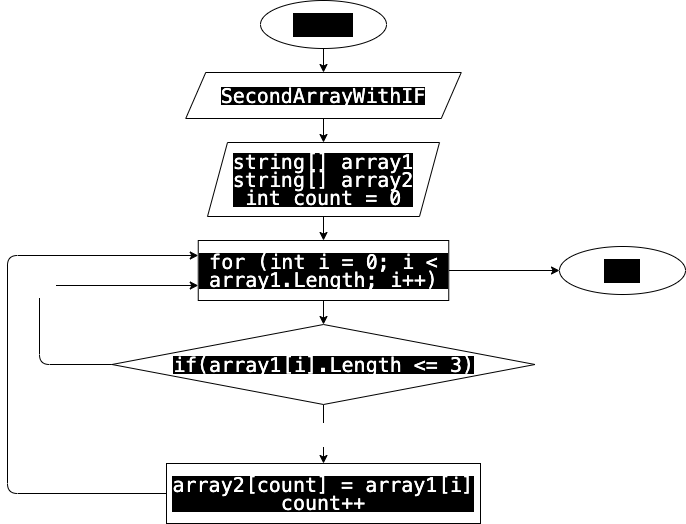
This is FinalWork/diagram.drawio.png from Babamuratov/FinalWork, a draw.io export, as it was before one commit. Source tidied: cells renumbered, new cells last; positions are measured from the earlier drawing's top-left corner, leaving out a move shared by most shapes.
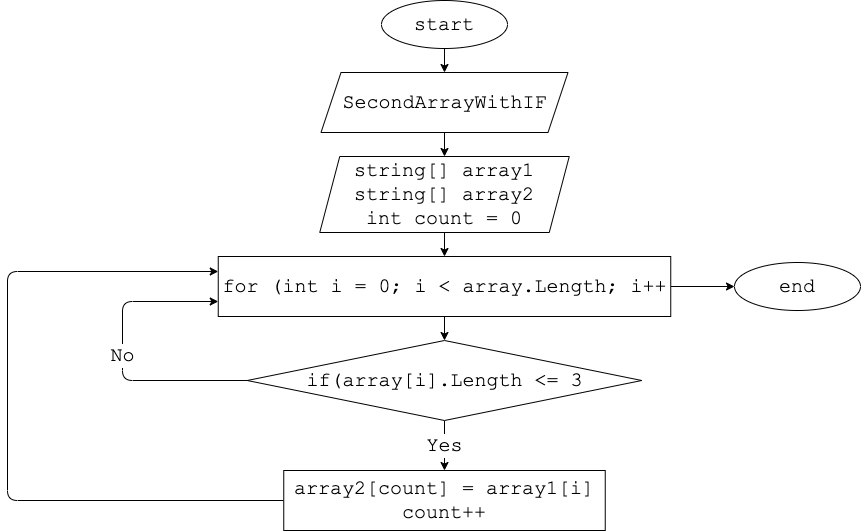
After the change.

Commit message:
Итоговая задача

The edit, as a diff of the source:
```diff
@@ -2,60 +2,60 @@
   <root>
     <mxCell id="0" />
     <mxCell id="1" parent="0" />
-    <mxCell id="2" style="edgeStyle=none;html=1;fontFamily=Courier New;fontSize=20;fontColor=#FFFFFF;" parent="1" edge="1" source="3" target="5">
+    <mxCell id="2" style="edgeStyle=none;html=1;exitX=0.5;exitY=1;exitDx=0;exitDy=0;fontFamily=Courier New;fontSize=20;" parent="1" edge="1" source="3" target="5">
       <mxGeometry relative="1" as="geometry" />
     </mxCell>
-    <mxCell id="3" value="start" style="ellipse;whiteSpace=wrap;html=1;fontFamily=Courier New;fontSize=20;labelBackgroundColor=#000000;" parent="1" vertex="1">
+    <mxCell id="3" value="start" style="ellipse;whiteSpace=wrap;html=1;fontFamily=Courier New;fontSize=20;labelBackgroundColor=none;" parent="1" vertex="1">
       <mxGeometry x="253" width="126" height="48" as="geometry" />
     </mxCell>
-    <mxCell id="4" style="edgeStyle=none;html=1;fontFamily=Courier New;fontSize=20;fontColor=#FFFFFF;" parent="1" edge="1" source="5" target="7">
+    <mxCell id="4" style="edgeStyle=none;html=1;exitX=0.5;exitY=1;exitDx=0;exitDy=0;entryX=0.5;entryY=0;entryDx=0;entryDy=0;fontFamily=Courier New;fontSize=20;" parent="1" edge="1" source="5" target="7">
       <mxGeometry relative="1" as="geometry" />
     </mxCell>
-    <mxCell id="5" value="&lt;div style=&quot;font-family: &amp;quot;menlo&amp;quot; , &amp;quot;monaco&amp;quot; , &amp;quot;courier new&amp;quot; , monospace ; line-height: 18px&quot;&gt;&lt;div style=&quot;font-family: &amp;quot;menlo&amp;quot; , &amp;quot;monaco&amp;quot; , &amp;quot;courier new&amp;quot; , monospace ; line-height: 18px&quot;&gt;&lt;font color=&quot;#ffffff&quot; style=&quot;font-size: 20px&quot;&gt;SecondArrayWithIF&lt;/font&gt;&lt;/div&gt;&lt;/div&gt;" style="shape=parallelogram;perimeter=parallelogramPerimeter;whiteSpace=wrap;html=1;fixedSize=1;fontFamily=Courier New;fontSize=20;labelBackgroundColor=#000000;" parent="1" vertex="1">
-      <mxGeometry x="178.2" y="72" width="275.5" height="46" as="geometry" />
+    <mxCell id="5" value="SecondArrayWithIF" style="shape=parallelogram;perimeter=parallelogramPerimeter;whiteSpace=wrap;html=1;fixedSize=1;labelBackgroundColor=none;fontFamily=Courier New;fontSize=20;" parent="1" vertex="1">
+      <mxGeometry x="192.5" y="72" width="247" height="60" as="geometry" />
     </mxCell>
-    <mxCell id="6" style="edgeStyle=none;html=1;fontFamily=Courier New;fontSize=20;fontColor=#FFFFFF;" parent="1" edge="1" source="7" target="10">
-      <mxGeometry relative="1" as="geometry" />
-    </mxCell>
+    <mxCell id="17" style="edgeStyle=none;html=1;exitX=0.5;exitY=1;exitDx=0;exitDy=0;fontFamily=Courier New;fontSize=20;" parent="1" edge="1" source="7" target="20">
+      <mxGeometry relative="1" as="geometry" />
+    </mxCell>
-    <mxCell id="7" value="&lt;div style=&quot;font-family: &amp;quot;menlo&amp;quot; , &amp;quot;monaco&amp;quot; , &amp;quot;courier new&amp;quot; , monospace ; line-height: 18px&quot;&gt;&lt;font style=&quot;font-size: 20px&quot;&gt;string[] array1&lt;/font&gt;&lt;/div&gt;&lt;div style=&quot;font-family: &amp;quot;menlo&amp;quot; , &amp;quot;monaco&amp;quot; , &amp;quot;courier new&amp;quot; , monospace ; line-height: 18px&quot;&gt;&lt;div style=&quot;line-height: 18px&quot;&gt;&lt;font style=&quot;font-size: 20px&quot;&gt;string[] array2&lt;/font&gt;&lt;/div&gt;&lt;div style=&quot;line-height: 18px&quot;&gt;&lt;div style=&quot;line-height: 18px&quot;&gt;&lt;font style=&quot;font-size: 20px&quot;&gt;int count = 0&lt;/font&gt;&lt;/div&gt;&lt;/div&gt;&lt;/div&gt;" style="shape=parallelogram;perimeter=parallelogramPerimeter;whiteSpace=wrap;html=1;fixedSize=1;labelBackgroundColor=#000000;fontFamily=Courier New;fontSize=20;fontColor=#FFFFFF;" parent="1" vertex="1">
-      <mxGeometry x="200" y="142" width="232" height="74" as="geometry" />
+    <mxCell id="7" value="string[] array1&lt;br&gt;string[] array2&lt;br&gt;int count = 0" style="shape=parallelogram;perimeter=parallelogramPerimeter;whiteSpace=wrap;html=1;fixedSize=1;labelBackgroundColor=none;fontFamily=Courier New;fontSize=20;" parent="1" vertex="1">
+      <mxGeometry x="191.2" y="156" width="249.5" height="76" as="geometry" />
     </mxCell>
-    <mxCell id="8" style="edgeStyle=none;html=1;fontFamily=Courier New;fontSize=20;fontColor=#FFFFFF;" parent="1" edge="1" source="10" target="13">
-      <mxGeometry relative="1" as="geometry" />
-    </mxCell>
-    <mxCell id="9" style="edgeStyle=none;html=1;entryX=0;entryY=0.5;entryDx=0;entryDy=0;fontFamily=Courier New;fontSize=20;fontColor=#FFFFFF;" parent="1" edge="1" source="10" target="16">
-      <mxGeometry relative="1" as="geometry" />
-    </mxCell>
-    <mxCell id="10" value="&lt;div style=&quot;font-family: &amp;quot;menlo&amp;quot; , &amp;quot;monaco&amp;quot; , &amp;quot;courier new&amp;quot; , monospace ; line-height: 18px&quot;&gt;for (int i = 0; i &amp;lt; array1.Length; i++)&lt;/div&gt;" style="rounded=0;whiteSpace=wrap;html=1;labelBackgroundColor=#000000;fontFamily=Courier New;fontSize=20;fontColor=#FFFFFF;labelBorderColor=none;" parent="1" vertex="1">
-      <mxGeometry x="190.8" y="240" width="250.5" height="60" as="geometry" />
-    </mxCell>
+    <mxCell id="18" style="edgeStyle=none;html=1;exitX=0.5;exitY=1;exitDx=0;exitDy=0;entryX=0.5;entryY=0;entryDx=0;entryDy=0;fontFamily=Courier New;fontSize=20;" parent="1" edge="1" source="20" target="21">
+      <mxGeometry relative="1" as="geometry" />
+    </mxCell>
+    <mxCell id="19" style="edgeStyle=none;html=1;exitX=1;exitY=0.5;exitDx=0;exitDy=0;fontFamily=Courier New;fontSize=20;" parent="1" edge="1" source="20" target="16">
+      <mxGeometry relative="1" as="geometry" />
+    </mxCell>
+    <mxCell id="20" value="for (int i = 0; i &amp;lt; array.Length; i++" style="rounded=0;whiteSpace=wrap;html=1;labelBackgroundColor=none;fontFamily=Courier New;fontSize=20;" parent="1" vertex="1">
+      <mxGeometry x="89.8" y="256" width="452.5" height="60" as="geometry" />
+    </mxCell>
-    <mxCell id="11" value="Yes" style="edgeStyle=none;html=1;fontFamily=Courier New;fontSize=20;fontColor=#FFFFFF;" parent="1" edge="1" source="13" target="15">
+    <mxCell id="11" value="Yes" style="edgeStyle=none;html=1;fontFamily=Courier New;fontSize=20;" parent="1" edge="1" source="21" target="15">
       <mxGeometry relative="1" as="geometry" />
     </mxCell>
-    <mxCell id="12" value="No" style="edgeStyle=none;html=1;entryX=0;entryY=0.75;entryDx=0;entryDy=0;fontFamily=Courier New;fontSize=20;fontColor=#FFFFFF;" parent="1" edge="1" source="13" target="10">
+    <mxCell id="12" value="No" style="edgeStyle=none;html=1;entryX=0;entryY=0.75;entryDx=0;entryDy=0;fontFamily=Courier New;fontSize=20;" parent="1" edge="1" source="21" target="20">
       <mxGeometry relative="1" as="geometry">
         <Array as="points">
-          <mxPoint x="32" y="364" />
-          <mxPoint x="32" y="285" />
+          <mxPoint x="-6" y="380" />
+          <mxPoint x="-6" y="301" />
         </Array>
       </mxGeometry>
     </mxCell>
-    <mxCell id="13" value="&lt;div style=&quot;font-family: &amp;quot;menlo&amp;quot; , &amp;quot;monaco&amp;quot; , &amp;quot;courier new&amp;quot; , monospace ; line-height: 18px&quot;&gt;if(array1[i].Length &amp;lt;= 3)&lt;/div&gt;" style="rhombus;whiteSpace=wrap;html=1;labelBackgroundColor=#000000;fontFamily=Courier New;fontSize=20;fontColor=#FFFFFF;" parent="1" vertex="1">
-      <mxGeometry x="104.5" y="324" width="423" height="80" as="geometry" />
-    </mxCell>
-    <mxCell id="14" style="edgeStyle=none;html=1;entryX=0;entryY=0.25;entryDx=0;entryDy=0;fontFamily=Courier New;fontSize=20;fontColor=#FFFFFF;" parent="1" edge="1" source="15" target="10">
-      <mxGeometry relative="1" as="geometry">
-        <Array as="points">
-          <mxPoint y="493" />
-          <mxPoint y="255" />
-        </Array>
-      </mxGeometry>
-    </mxCell>
+    <mxCell id="21" value="if(array[i].Length &amp;lt;= 3" style="rhombus;whiteSpace=wrap;html=1;labelBackgroundColor=none;fontFamily=Courier New;fontSize=20;" parent="1" vertex="1">
+      <mxGeometry x="118.8" y="340" width="394.5" height="80" as="geometry" />
+    </mxCell>
+    <mxCell id="22" style="edgeStyle=none;html=1;entryX=0;entryY=0.25;entryDx=0;entryDy=0;fontFamily=Courier New;fontSize=20;" parent="1" edge="1" source="15" target="20">
+      <mxGeometry relative="1" as="geometry">
+        <Array as="points">
+          <mxPoint x="-121" y="500" />
+          <mxPoint x="-121" y="271" />
+        </Array>
+      </mxGeometry>
+    </mxCell>
-    <mxCell id="15" value="&lt;div style=&quot;font-family: &amp;quot;menlo&amp;quot; , &amp;quot;monaco&amp;quot; , &amp;quot;courier new&amp;quot; , monospace ; line-height: 18px&quot;&gt;&lt;font style=&quot;font-size: 20px&quot;&gt;array2[count] = array1[i]&lt;/font&gt;&lt;/div&gt;&lt;div style=&quot;font-family: &amp;quot;menlo&amp;quot; , &amp;quot;monaco&amp;quot; , &amp;quot;courier new&amp;quot; , monospace ; line-height: 18px&quot;&gt;&lt;div style=&quot;line-height: 18px&quot;&gt;&lt;font style=&quot;font-size: 20px&quot;&gt;count++&lt;/font&gt;&lt;/div&gt;&lt;/div&gt;" style="rounded=0;whiteSpace=wrap;html=1;labelBackgroundColor=#000000;fontFamily=Courier New;fontSize=20;fontColor=#FFFFFF;" parent="1" vertex="1">
-      <mxGeometry x="159" y="463" width="314" height="60" as="geometry" />
+    <mxCell id="15" value="array2[count] = array1[i]&lt;br&gt;count++" style="rounded=0;whiteSpace=wrap;html=1;labelBackgroundColor=none;fontFamily=Courier New;fontSize=20;" parent="1" vertex="1">
+      <mxGeometry x="155.2" y="470" width="321.5" height="60" as="geometry" />
     </mxCell>
-    <mxCell id="16" value="end" style="ellipse;whiteSpace=wrap;html=1;fontFamily=Courier New;fontSize=20;labelBackgroundColor=#000000;" parent="1" vertex="1">
-      <mxGeometry x="552" y="246" width="126" height="48" as="geometry" />
+    <mxCell id="16" value="end" style="ellipse;whiteSpace=wrap;html=1;fontFamily=Courier New;fontSize=20;labelBackgroundColor=none;" parent="1" vertex="1">
+      <mxGeometry x="606" y="262" width="126" height="48" as="geometry" />
     </mxCell>
   </root>
 </mxGraphModel>
```
